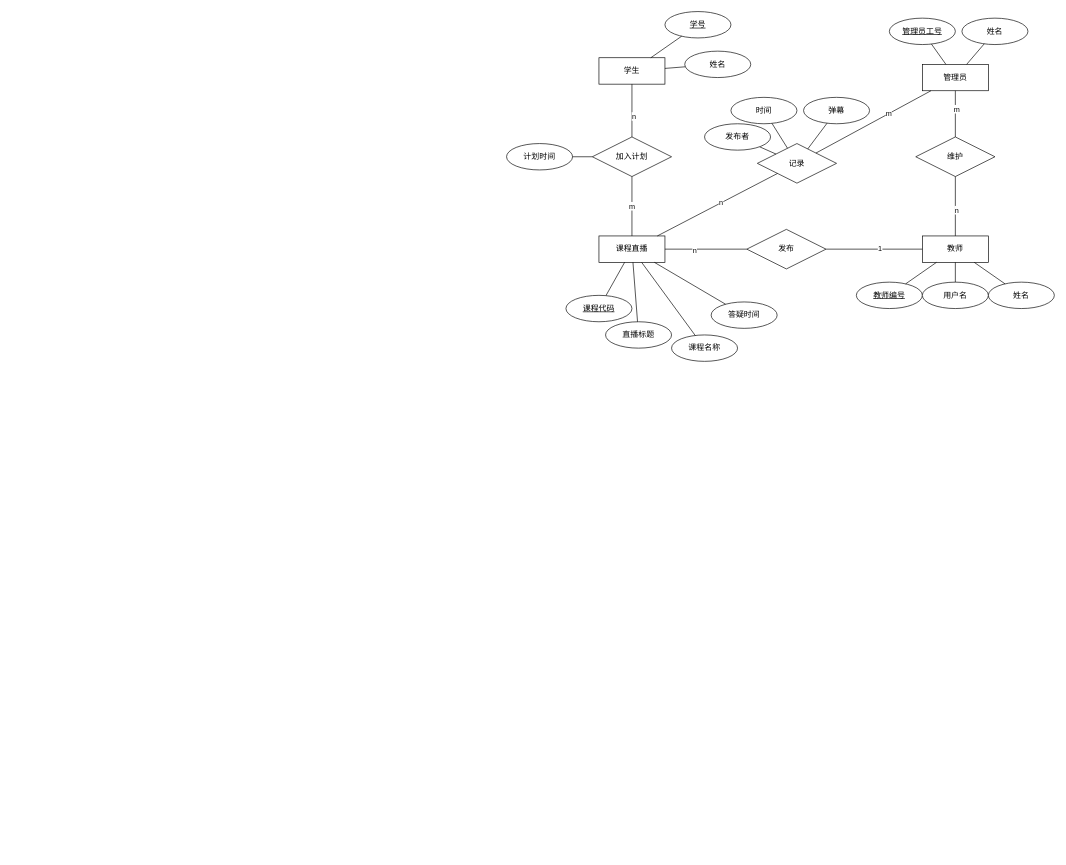
The draw.io diagram 111.drawio in lwxwly/onetime-git, before the edit. Source tidied: cells renumbered, new cells numbered last; positions are measured from the earlier drawing's top-left corner, leaving out a move shared by most shapes. Both pictures are drawn from the tidied source at 66%, with x=0, y=0 at pixel (506, 11).
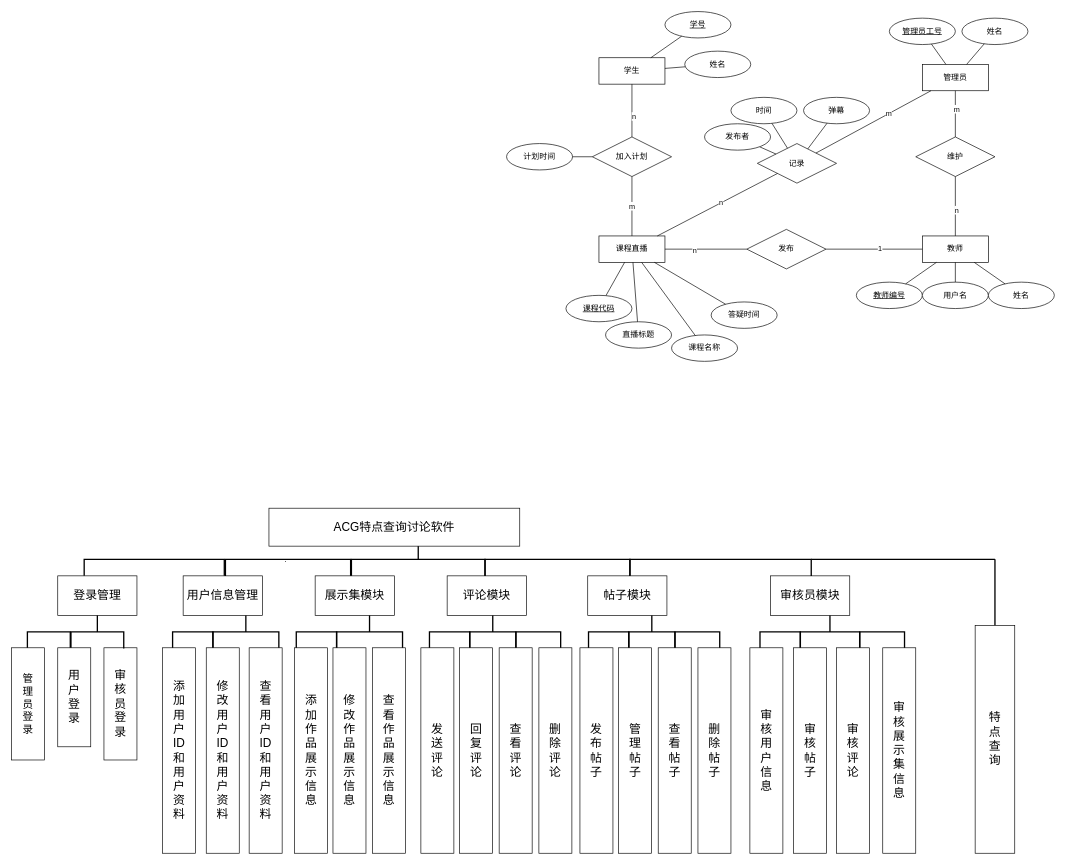
The same diagram, later.

Change to the diagram source:
```diff
@@
+    <mxCell id="56" value="&lt;font style=&quot;font-size: 18px;&quot;&gt;登录管理&lt;/font&gt;" style="rounded=0;whiteSpace=wrap;html=1;" parent="1" vertex="1">
+      <mxGeometry x="-680" y="855" width="120" height="60" as="geometry" />
+    </mxCell>
+    <mxCell id="57" value="&lt;font style=&quot;font-size: 18px;&quot;&gt;用户信息管理&lt;/font&gt;" style="rounded=0;whiteSpace=wrap;html=1;" parent="1" vertex="1">
+      <mxGeometry x="-490" y="855" width="120" height="60" as="geometry" />
+    </mxCell>
+    <mxCell id="58" value="&lt;font style=&quot;font-size: 18px;&quot;&gt;评论模块&lt;/font&gt;" style="rounded=0;whiteSpace=wrap;html=1;" parent="1" vertex="1">
+      <mxGeometry x="-90" y="855" width="120" height="60" as="geometry" />
+    </mxCell>
+    <mxCell id="59" value="&lt;font style=&quot;font-size: 18px;&quot;&gt;帖子模块&lt;/font&gt;" style="rounded=0;whiteSpace=wrap;html=1;" parent="1" vertex="1">
+      <mxGeometry x="123" y="855" width="120" height="60" as="geometry" />
+    </mxCell>
+    <mxCell id="60" value="&lt;font style=&quot;font-size: 18px;&quot;&gt;审核员模块&lt;/font&gt;" style="rounded=0;whiteSpace=wrap;html=1;" parent="1" vertex="1">
+      <mxGeometry x="400" y="855" width="120" height="60" as="geometry" />
+    </mxCell>
+    <mxCell id="61" style="strokeWidth=2;html=1;shape=mxgraph.flowchart.annotation_2;align=left;labelPosition=right;rotation=90;" parent="1" vertex="1">
+      <mxGeometry x="-158.8" y="728.8" width="50" height="202.5" as="geometry" />
+    </mxCell>
+    <mxCell id="62" value="&lt;font style=&quot;font-size: 18px;&quot;&gt;ACG特点查询讨论软件&lt;/font&gt;" style="rounded=0;whiteSpace=wrap;html=1;" parent="1" vertex="1">
+      <mxGeometry x="-360" y="752.5" width="380" height="57.5" as="geometry" />
+    </mxCell>
+    <mxCell id="63" style="strokeWidth=2;html=1;shape=mxgraph.flowchart.annotation_1;align=left;rotation=90;" parent="1" vertex="1">
+      <mxGeometry x="64.7" y="732.6" width="25" height="219.8" as="geometry" />
+    </mxCell>
+    <mxCell id="64" style="strokeWidth=2;html=1;shape=mxgraph.flowchart.annotation_1;align=left;rotation=90;" parent="1" vertex="1">
+      <mxGeometry x="311.7" y="705.1" width="25" height="274.9" as="geometry" />
+    </mxCell>
+    <mxCell id="65" value="." style="strokeWidth=2;html=1;shape=mxgraph.flowchart.annotation_1;align=left;rotation=90;" parent="1" vertex="1">
+      <mxGeometry x="-343.6" y="747.7" width="25" height="189.7" as="geometry" />
+    </mxCell>
+    <mxCell id="66" value="&lt;font style=&quot;font-size: 18px;&quot;&gt;展示集模块&lt;/font&gt;" style="rounded=0;whiteSpace=wrap;html=1;" parent="1" vertex="1">
+      <mxGeometry x="-290" y="855" width="120" height="60" as="geometry" />
+    </mxCell>
+    <mxCell id="67" style="strokeWidth=2;html=1;shape=mxgraph.flowchart.annotation_1;align=left;rotation=90;" parent="1" vertex="1">
+      <mxGeometry x="-546.3" y="736.3" width="25" height="212.3" as="geometry" />
+    </mxCell>
+    <mxCell id="68" value="&lt;font style=&quot;font-size: 18px;&quot;&gt;审&lt;/font&gt;&lt;div&gt;&lt;font style=&quot;font-size: 18px;&quot;&gt;核&lt;/font&gt;&lt;/div&gt;&lt;div&gt;&lt;font style=&quot;font-size: 18px;&quot;&gt;员&lt;/font&gt;&lt;/div&gt;&lt;div&gt;&lt;font style=&quot;font-size: 18px;&quot;&gt;登&lt;/font&gt;&lt;/div&gt;&lt;div&gt;&lt;font style=&quot;font-size: 18px;&quot;&gt;录&lt;/font&gt;&lt;/div&gt;" style="rounded=0;whiteSpace=wrap;html=1;" parent="1" vertex="1">
+      <mxGeometry x="-610" y="964" width="50" height="170" as="geometry" />
+    </mxCell>
+    <mxCell id="69" style="strokeWidth=2;html=1;shape=mxgraph.flowchart.annotation_2;align=left;labelPosition=right;rotation=90;" parent="1" vertex="1">
+      <mxGeometry x="-645" y="900" width="50" height="80" as="geometry" />
+    </mxCell>
+    <mxCell id="70" style="strokeWidth=2;html=1;shape=mxgraph.flowchart.annotation_1;align=left;rotation=90;" parent="1" vertex="1">
+      <mxGeometry x="-708.5" y="922.5" width="30" height="65" as="geometry" />
+    </mxCell>
+    <mxCell id="71" value="&lt;font style=&quot;font-size: 18px;&quot;&gt;用&lt;/font&gt;&lt;div&gt;&lt;font style=&quot;font-size: 18px;&quot;&gt;户&lt;/font&gt;&lt;/div&gt;&lt;div&gt;&lt;font style=&quot;font-size: 18px;&quot;&gt;登&lt;/font&gt;&lt;/div&gt;&lt;div&gt;&lt;font style=&quot;font-size: 18px;&quot;&gt;录&lt;/font&gt;&lt;/div&gt;" style="rounded=0;whiteSpace=wrap;html=1;" parent="1" vertex="1">
+      <mxGeometry x="-680" y="964" width="50" height="150" as="geometry" />
+    </mxCell>
+    <mxCell id="72" value="&lt;font style=&quot;font-size: 16px;&quot;&gt;管&lt;/font&gt;&lt;div style=&quot;font-size: 16px;&quot;&gt;&lt;font style=&quot;font-size: 16px;&quot;&gt;理&lt;/font&gt;&lt;/div&gt;&lt;div style=&quot;font-size: 16px;&quot;&gt;&lt;font style=&quot;font-size: 16px;&quot;&gt;员&lt;/font&gt;&lt;/div&gt;&lt;div style=&quot;font-size: 16px;&quot;&gt;&lt;font style=&quot;font-size: 16px;&quot;&gt;登&lt;/font&gt;&lt;/div&gt;&lt;div style=&quot;font-size: 16px;&quot;&gt;&lt;font style=&quot;font-size: 16px;&quot;&gt;录&lt;/font&gt;&lt;/div&gt;" style="rounded=0;whiteSpace=wrap;html=1;" parent="1" vertex="1">
+      <mxGeometry x="-750" y="964" width="50" height="170" as="geometry" />
+    </mxCell>
+    <mxCell id="73" style="strokeWidth=2;html=1;shape=mxgraph.flowchart.annotation_2;align=left;labelPosition=right;rotation=90;" parent="1" vertex="1">
+      <mxGeometry x="-420" y="890" width="50" height="100" as="geometry" />
+    </mxCell>
+    <mxCell id="74" value="&lt;span style=&quot;font-size: 18px;&quot;&gt;查&lt;/span&gt;&lt;div&gt;&lt;span style=&quot;font-size: 18px;&quot;&gt;看&lt;/span&gt;&lt;br&gt;&lt;div style=&quot;font-size: 18px;&quot;&gt;&lt;font style=&quot;font-size: 18px;&quot;&gt;用&lt;/font&gt;&lt;/div&gt;&lt;div style=&quot;font-size: 18px;&quot;&gt;&lt;font style=&quot;font-size: 18px;&quot;&gt;户&lt;/font&gt;&lt;/div&gt;&lt;div style=&quot;font-size: 18px;&quot;&gt;&lt;font style=&quot;font-size: 18px;&quot;&gt;ID&lt;/font&gt;&lt;/div&gt;&lt;div style=&quot;font-size: 18px;&quot;&gt;&lt;font style=&quot;font-size: 18px;&quot;&gt;和&lt;/font&gt;&lt;/div&gt;&lt;div style=&quot;font-size: 18px;&quot;&gt;&lt;font style=&quot;font-size: 18px;&quot;&gt;用&lt;/font&gt;&lt;/div&gt;&lt;div style=&quot;font-size: 18px;&quot;&gt;&lt;font style=&quot;font-size: 18px;&quot;&gt;户&lt;/font&gt;&lt;/div&gt;&lt;div style=&quot;font-size: 18px;&quot;&gt;&lt;font style=&quot;font-size: 18px;&quot;&gt;资&lt;/font&gt;&lt;/div&gt;&lt;div style=&quot;font-size: 18px;&quot;&gt;&lt;font style=&quot;font-size: 18px;&quot;&gt;料&lt;/font&gt;&lt;/div&gt;&lt;/div&gt;" style="rounded=0;whiteSpace=wrap;html=1;" parent="1" vertex="1">
+      <mxGeometry x="-390" y="964" width="50" height="311.3" as="geometry" />
+    </mxCell>
+    <mxCell id="75" style="strokeWidth=2;html=1;shape=mxgraph.flowchart.annotation_1;align=left;rotation=90;" parent="1" vertex="1">
+      <mxGeometry x="-490.4" y="924.4" width="30" height="61.2" as="geometry" />
+    </mxCell>
+    <mxCell id="76" value="&lt;span style=&quot;font-size: 18px;&quot;&gt;修&lt;/span&gt;&lt;div&gt;&lt;span style=&quot;font-size: 18px;&quot;&gt;改&lt;/span&gt;&lt;br&gt;&lt;div style=&quot;font-size: 18px;&quot;&gt;&lt;font style=&quot;font-size: 18px;&quot;&gt;用&lt;/font&gt;&lt;/div&gt;&lt;div style=&quot;font-size: 18px;&quot;&gt;&lt;font style=&quot;font-size: 18px;&quot;&gt;户&lt;/font&gt;&lt;/div&gt;&lt;div style=&quot;font-size: 18px;&quot;&gt;&lt;font style=&quot;font-size: 18px;&quot;&gt;ID&lt;/font&gt;&lt;/div&gt;&lt;div style=&quot;font-size: 18px;&quot;&gt;&lt;font style=&quot;font-size: 18px;&quot;&gt;和&lt;/font&gt;&lt;/div&gt;&lt;div style=&quot;font-size: 18px;&quot;&gt;&lt;font style=&quot;font-size: 18px;&quot;&gt;用&lt;/font&gt;&lt;/div&gt;&lt;div style=&quot;font-size: 18px;&quot;&gt;&lt;font style=&quot;font-size: 18px;&quot;&gt;户&lt;/font&gt;&lt;/div&gt;&lt;div style=&quot;font-size: 18px;&quot;&gt;&lt;font style=&quot;font-size: 18px;&quot;&gt;资&lt;/font&gt;&lt;/div&gt;&lt;div style=&quot;font-size: 18px;&quot;&gt;&lt;font style=&quot;font-size: 18px;&quot;&gt;料&lt;/font&gt;&lt;/div&gt;&lt;/div&gt;" style="rounded=0;whiteSpace=wrap;html=1;" parent="1" vertex="1">
+      <mxGeometry x="-455" y="964" width="50" height="311.3" as="geometry" />
+    </mxCell>
+    <mxCell id="77" value="&lt;font style=&quot;font-size: 18px;&quot;&gt;添&lt;/font&gt;&lt;div style=&quot;font-size: 18px;&quot;&gt;&lt;font style=&quot;font-size: 18px;&quot;&gt;加&lt;/font&gt;&lt;/div&gt;&lt;div style=&quot;font-size: 18px;&quot;&gt;&lt;font style=&quot;font-size: 18px;&quot;&gt;用&lt;/font&gt;&lt;/div&gt;&lt;div style=&quot;font-size: 18px;&quot;&gt;&lt;font style=&quot;font-size: 18px;&quot;&gt;户&lt;/font&gt;&lt;/div&gt;&lt;div style=&quot;font-size: 18px;&quot;&gt;&lt;font style=&quot;font-size: 18px;&quot;&gt;ID&lt;/font&gt;&lt;/div&gt;&lt;div style=&quot;font-size: 18px;&quot;&gt;&lt;font style=&quot;font-size: 18px;&quot;&gt;和&lt;/font&gt;&lt;/div&gt;&lt;div style=&quot;font-size: 18px;&quot;&gt;&lt;font style=&quot;font-size: 18px;&quot;&gt;用&lt;/font&gt;&lt;/div&gt;&lt;div style=&quot;font-size: 18px;&quot;&gt;&lt;font style=&quot;font-size: 18px;&quot;&gt;户&lt;/font&gt;&lt;/div&gt;&lt;div style=&quot;font-size: 18px;&quot;&gt;&lt;font style=&quot;font-size: 18px;&quot;&gt;资&lt;/font&gt;&lt;/div&gt;&lt;div style=&quot;font-size: 18px;&quot;&gt;&lt;font style=&quot;font-size: 18px;&quot;&gt;料&lt;/font&gt;&lt;/div&gt;" style="rounded=0;whiteSpace=wrap;html=1;" parent="1" vertex="1">
+      <mxGeometry x="-521.3" y="964" width="50" height="311.3" as="geometry" />
+    </mxCell>
+    <mxCell id="78" style="strokeWidth=2;html=1;shape=mxgraph.flowchart.annotation_2;align=left;labelPosition=right;rotation=90;" parent="1" vertex="1">
+      <mxGeometry x="-232.6" y="890" width="50" height="100" as="geometry" />
+    </mxCell>
+    <mxCell id="79" style="strokeWidth=2;html=1;shape=mxgraph.flowchart.annotation_1;align=left;rotation=90;" parent="1" vertex="1">
+      <mxGeometry x="-303" y="924.4" width="30" height="61.2" as="geometry" />
+    </mxCell>
+    <mxCell id="80" value="&lt;font style=&quot;font-size: 18px;&quot;&gt;添&lt;/font&gt;&lt;div style=&quot;font-size: 18px;&quot;&gt;&lt;font style=&quot;font-size: 18px;&quot;&gt;加&lt;/font&gt;&lt;/div&gt;&lt;div style=&quot;font-size: 18px;&quot;&gt;&lt;font style=&quot;font-size: 18px;&quot;&gt;作&lt;/font&gt;&lt;/div&gt;&lt;div style=&quot;font-size: 18px;&quot;&gt;&lt;font style=&quot;font-size: 18px;&quot;&gt;品&lt;/font&gt;&lt;/div&gt;&lt;div style=&quot;font-size: 18px;&quot;&gt;&lt;font style=&quot;font-size: 18px;&quot;&gt;展&lt;/font&gt;&lt;/div&gt;&lt;div style=&quot;font-size: 18px;&quot;&gt;&lt;font style=&quot;font-size: 18px;&quot;&gt;示&lt;/font&gt;&lt;/div&gt;&lt;div style=&quot;font-size: 18px;&quot;&gt;&lt;font style=&quot;font-size: 18px;&quot;&gt;信&lt;/font&gt;&lt;/div&gt;&lt;div style=&quot;font-size: 18px;&quot;&gt;&lt;font style=&quot;font-size: 18px;&quot;&gt;息&lt;/font&gt;&lt;/div&gt;" style="rounded=0;whiteSpace=wrap;html=1;" parent="1" vertex="1">
+      <mxGeometry x="-321.5" y="964" width="50" height="311.3" as="geometry" />
+    </mxCell>
+    <mxCell id="81" value="&lt;span style=&quot;font-size: 18px;&quot;&gt;修&lt;/span&gt;&lt;div&gt;&lt;span style=&quot;font-size: 18px;&quot;&gt;改&lt;/span&gt;&lt;br&gt;&lt;div style=&quot;font-size: 18px;&quot;&gt;&lt;font style=&quot;font-size: 18px;&quot;&gt;作&lt;/font&gt;&lt;/div&gt;&lt;div style=&quot;font-size: 18px;&quot;&gt;&lt;font style=&quot;font-size: 18px;&quot;&gt;品&lt;/font&gt;&lt;/div&gt;&lt;div style=&quot;font-size: 18px;&quot;&gt;&lt;font style=&quot;font-size: 18px;&quot;&gt;展&lt;/font&gt;&lt;/div&gt;&lt;div style=&quot;font-size: 18px;&quot;&gt;&lt;font style=&quot;font-size: 18px;&quot;&gt;示&lt;/font&gt;&lt;/div&gt;&lt;div style=&quot;font-size: 18px;&quot;&gt;&lt;font style=&quot;font-size: 18px;&quot;&gt;信&lt;/font&gt;&lt;/div&gt;&lt;div style=&quot;font-size: 18px;&quot;&gt;&lt;font style=&quot;font-size: 18px;&quot;&gt;息&lt;/font&gt;&lt;/div&gt;&lt;/div&gt;" style="rounded=0;whiteSpace=wrap;html=1;" parent="1" vertex="1">
+      <mxGeometry x="-263" y="964" width="50" height="311.3" as="geometry" />
+    </mxCell>
+    <mxCell id="82" value="&lt;span style=&quot;font-size: 18px;&quot;&gt;查&lt;/span&gt;&lt;div&gt;&lt;span style=&quot;font-size: 18px;&quot;&gt;看&lt;/span&gt;&lt;br&gt;&lt;div style=&quot;font-size: 18px;&quot;&gt;&lt;font style=&quot;font-size: 18px;&quot;&gt;作&lt;/font&gt;&lt;/div&gt;&lt;div style=&quot;font-size: 18px;&quot;&gt;&lt;font style=&quot;font-size: 18px;&quot;&gt;品&lt;/font&gt;&lt;/div&gt;&lt;div style=&quot;font-size: 18px;&quot;&gt;&lt;font style=&quot;font-size: 18px;&quot;&gt;展&lt;/font&gt;&lt;/div&gt;&lt;div style=&quot;font-size: 18px;&quot;&gt;&lt;font style=&quot;font-size: 18px;&quot;&gt;示&lt;/font&gt;&lt;/div&gt;&lt;div style=&quot;font-size: 18px;&quot;&gt;&lt;font style=&quot;font-size: 18px;&quot;&gt;信&lt;/font&gt;&lt;/div&gt;&lt;div style=&quot;font-size: 18px;&quot;&gt;&lt;font style=&quot;font-size: 18px;&quot;&gt;息&lt;/font&gt;&lt;/div&gt;&lt;/div&gt;" style="rounded=0;whiteSpace=wrap;html=1;" parent="1" vertex="1">
+      <mxGeometry x="-203" y="964" width="50" height="311.3" as="geometry" />
+    </mxCell>
+    <mxCell id="83" style="strokeWidth=2;html=1;shape=mxgraph.flowchart.annotation_2;align=left;labelPosition=right;rotation=90;" parent="1" vertex="1">
+      <mxGeometry x="-45.9" y="905" width="50" height="70" as="geometry" />
+    </mxCell>
+    <mxCell id="84" style="strokeWidth=2;html=1;shape=mxgraph.flowchart.annotation_1;align=left;rotation=90;" parent="1" vertex="1">
+      <mxGeometry x="-101.2" y="924.4" width="30" height="61.2" as="geometry" />
+    </mxCell>
+    <mxCell id="85" value="&lt;span style=&quot;font-size: 18px;&quot;&gt;发&lt;/span&gt;&lt;div&gt;&lt;span style=&quot;font-size: 18px;&quot;&gt;送&lt;/span&gt;&lt;/div&gt;&lt;div&gt;&lt;span style=&quot;font-size: 18px;&quot;&gt;评&lt;/span&gt;&lt;/div&gt;&lt;div&gt;&lt;span style=&quot;font-size: 18px;&quot;&gt;论&lt;/span&gt;&lt;/div&gt;" style="rounded=0;whiteSpace=wrap;html=1;" parent="1" vertex="1">
+      <mxGeometry x="-129.8" y="964" width="50" height="311.3" as="geometry" />
+    </mxCell>
+    <mxCell id="86" value="&lt;span style=&quot;font-size: 18px;&quot;&gt;回&lt;/span&gt;&lt;div&gt;&lt;span style=&quot;font-size: 18px;&quot;&gt;复&lt;/span&gt;&lt;/div&gt;&lt;div&gt;&lt;span style=&quot;font-size: 18px;&quot;&gt;评&lt;/span&gt;&lt;/div&gt;&lt;div&gt;&lt;span style=&quot;font-size: 18px;&quot;&gt;论&lt;/span&gt;&lt;/div&gt;" style="rounded=0;whiteSpace=wrap;html=1;" parent="1" vertex="1">
+      <mxGeometry x="-71.2" y="964" width="50" height="311.3" as="geometry" />
+    </mxCell>
+    <mxCell id="87" style="strokeWidth=2;html=1;shape=mxgraph.flowchart.annotation_1;align=left;rotation=90;" parent="1" vertex="1">
+      <mxGeometry x="33.1" y="921.1" width="30" height="67.8" as="geometry" />
+    </mxCell>
+    <mxCell id="88" value="&lt;span style=&quot;font-size: 18px;&quot;&gt;查&lt;/span&gt;&lt;div&gt;&lt;span style=&quot;font-size: 18px;&quot;&gt;看&lt;/span&gt;&lt;/div&gt;&lt;div&gt;&lt;span style=&quot;font-size: 18px;&quot;&gt;评&lt;/span&gt;&lt;/div&gt;&lt;div&gt;&lt;span style=&quot;font-size: 18px;&quot;&gt;论&lt;/span&gt;&lt;/div&gt;" style="rounded=0;whiteSpace=wrap;html=1;" parent="1" vertex="1">
+      <mxGeometry x="-11.2" y="964" width="50" height="311.3" as="geometry" />
+    </mxCell>
+    <mxCell id="89" value="&lt;span style=&quot;font-size: 18px;&quot;&gt;删&lt;/span&gt;&lt;div&gt;&lt;span style=&quot;font-size: 18px;&quot;&gt;除&lt;/span&gt;&lt;/div&gt;&lt;div&gt;&lt;span style=&quot;font-size: 18px;&quot;&gt;评&lt;/span&gt;&lt;/div&gt;&lt;div&gt;&lt;span style=&quot;font-size: 18px;&quot;&gt;论&lt;/span&gt;&lt;/div&gt;" style="rounded=0;whiteSpace=wrap;html=1;" parent="1" vertex="1">
+      <mxGeometry x="49" y="964" width="50" height="311.3" as="geometry" />
+    </mxCell>
+    <mxCell id="90" style="strokeWidth=2;html=1;shape=mxgraph.flowchart.annotation_2;align=left;labelPosition=right;rotation=90;" parent="1" vertex="1">
+      <mxGeometry x="195.1" y="905" width="50" height="70" as="geometry" />
+    </mxCell>
+    <mxCell id="91" style="strokeWidth=2;html=1;shape=mxgraph.flowchart.annotation_1;align=left;rotation=90;" parent="1" vertex="1">
+      <mxGeometry x="139.8" y="924.4" width="30" height="61.2" as="geometry" />
+    </mxCell>
+    <mxCell id="92" value="&lt;span style=&quot;font-size: 18px;&quot;&gt;发&lt;/span&gt;&lt;div&gt;&lt;span style=&quot;font-size: 18px;&quot;&gt;布&lt;/span&gt;&lt;/div&gt;&lt;div&gt;&lt;span style=&quot;font-size: 18px;&quot;&gt;帖&lt;/span&gt;&lt;/div&gt;&lt;div&gt;&lt;span style=&quot;font-size: 18px;&quot;&gt;子&lt;/span&gt;&lt;/div&gt;" style="rounded=0;whiteSpace=wrap;html=1;" parent="1" vertex="1">
+      <mxGeometry x="111.2" y="964" width="50" height="311.3" as="geometry" />
+    </mxCell>
+    <mxCell id="93" value="&lt;span style=&quot;font-size: 18px;&quot;&gt;管&lt;/span&gt;&lt;div&gt;&lt;span style=&quot;font-size: 18px;&quot;&gt;理&lt;/span&gt;&lt;/div&gt;&lt;div&gt;&lt;span style=&quot;font-size: 18px;&quot;&gt;帖&lt;/span&gt;&lt;/div&gt;&lt;div&gt;&lt;span style=&quot;font-size: 18px;&quot;&gt;子&lt;/span&gt;&lt;/div&gt;" style="rounded=0;whiteSpace=wrap;html=1;" parent="1" vertex="1">
+      <mxGeometry x="169.8" y="964" width="50" height="311.3" as="geometry" />
+    </mxCell>
+    <mxCell id="94" style="strokeWidth=2;html=1;shape=mxgraph.flowchart.annotation_1;align=left;rotation=90;" parent="1" vertex="1">
+      <mxGeometry x="274.1" y="921.1" width="30" height="67.8" as="geometry" />
+    </mxCell>
+    <mxCell id="95" value="&lt;span style=&quot;font-size: 18px;&quot;&gt;查&lt;/span&gt;&lt;div&gt;&lt;span style=&quot;font-size: 18px;&quot;&gt;看&lt;/span&gt;&lt;/div&gt;&lt;div&gt;&lt;span style=&quot;font-size: 18px;&quot;&gt;帖&lt;/span&gt;&lt;/div&gt;&lt;div&gt;&lt;span style=&quot;font-size: 18px;&quot;&gt;子&lt;/span&gt;&lt;/div&gt;" style="rounded=0;whiteSpace=wrap;html=1;" parent="1" vertex="1">
+      <mxGeometry x="229.8" y="964" width="50" height="311.3" as="geometry" />
+    </mxCell>
+    <mxCell id="96" value="&lt;span style=&quot;font-size: 18px;&quot;&gt;删&lt;/span&gt;&lt;div&gt;&lt;span style=&quot;font-size: 18px;&quot;&gt;除&lt;/span&gt;&lt;/div&gt;&lt;div&gt;&lt;span style=&quot;font-size: 18px;&quot;&gt;帖&lt;/span&gt;&lt;div&gt;&lt;span style=&quot;font-size: 18px;&quot;&gt;子&lt;/span&gt;&lt;/div&gt;&lt;/div&gt;" style="rounded=0;whiteSpace=wrap;html=1;" parent="1" vertex="1">
+      <mxGeometry x="290" y="964" width="50" height="311.3" as="geometry" />
+    </mxCell>
+    <mxCell id="97" style="strokeWidth=2;html=1;shape=mxgraph.flowchart.annotation_2;align=left;labelPosition=right;rotation=90;" parent="1" vertex="1">
+      <mxGeometry x="465" y="895" width="50" height="90" as="geometry" />
+    </mxCell>
+    <mxCell id="98" style="strokeWidth=2;html=1;shape=mxgraph.flowchart.annotation_1;align=left;rotation=90;" parent="1" vertex="1">
+      <mxGeometry x="399.6" y="924.4" width="30" height="61.2" as="geometry" />
+    </mxCell>
+    <mxCell id="99" value="&lt;span style=&quot;font-size: 18px;&quot;&gt;审&lt;/span&gt;&lt;div&gt;&lt;span style=&quot;font-size: 18px;&quot;&gt;核&lt;/span&gt;&lt;/div&gt;&lt;div&gt;&lt;span style=&quot;font-size: 18px;&quot;&gt;帖&lt;/span&gt;&lt;/div&gt;&lt;div&gt;&lt;span style=&quot;font-size: 18px;&quot;&gt;子&lt;/span&gt;&lt;/div&gt;" style="rounded=0;whiteSpace=wrap;html=1;" parent="1" vertex="1">
+      <mxGeometry x="435" y="964" width="50" height="311.3" as="geometry" />
+    </mxCell>
+    <mxCell id="100" value="&lt;span style=&quot;font-size: 18px;&quot;&gt;审&lt;/span&gt;&lt;div&gt;&lt;span style=&quot;font-size: 18px;&quot;&gt;核&lt;/span&gt;&lt;/div&gt;&lt;div&gt;&lt;span style=&quot;font-size: 18px;&quot;&gt;用&lt;/span&gt;&lt;/div&gt;&lt;div&gt;&lt;span style=&quot;font-size: 18px;&quot;&gt;户&lt;/span&gt;&lt;/div&gt;&lt;div&gt;&lt;span style=&quot;font-size: 18px;&quot;&gt;信&lt;/span&gt;&lt;/div&gt;&lt;div&gt;&lt;span style=&quot;font-size: 18px;&quot;&gt;息&lt;/span&gt;&lt;/div&gt;" style="rounded=0;whiteSpace=wrap;html=1;" parent="1" vertex="1">
+      <mxGeometry x="368.7" y="964" width="50" height="311.3" as="geometry" />
+    </mxCell>
+    <mxCell id="101" style="strokeWidth=2;html=1;shape=mxgraph.flowchart.annotation_1;align=left;rotation=90;" parent="1" vertex="1">
+      <mxGeometry x="554.1" y="921.1" width="30" height="67.8" as="geometry" />
+    </mxCell>
+    <mxCell id="102" value="&lt;span style=&quot;font-size: 18px;&quot;&gt;审&lt;/span&gt;&lt;div&gt;&lt;span style=&quot;font-size: 18px;&quot;&gt;核&lt;/span&gt;&lt;/div&gt;&lt;div&gt;&lt;span style=&quot;font-size: 18px;&quot;&gt;展&lt;/span&gt;&lt;/div&gt;&lt;div&gt;&lt;span style=&quot;font-size: 18px;&quot;&gt;示&lt;/span&gt;&lt;/div&gt;&lt;div&gt;&lt;span style=&quot;font-size: 18px;&quot;&gt;集&lt;/span&gt;&lt;/div&gt;&lt;div&gt;&lt;span style=&quot;font-size: 18px;&quot;&gt;信&lt;/span&gt;&lt;/div&gt;&lt;div&gt;&lt;span style=&quot;font-size: 18px;&quot;&gt;息&lt;/span&gt;&lt;/div&gt;" style="rounded=0;whiteSpace=wrap;html=1;" parent="1" vertex="1">
+      <mxGeometry x="570" y="964" width="50" height="311.3" as="geometry" />
+    </mxCell>
+    <mxCell id="103" value="&lt;span style=&quot;font-size: 18px;&quot;&gt;审&lt;/span&gt;&lt;div&gt;&lt;span style=&quot;font-size: 18px;&quot;&gt;核&lt;/span&gt;&lt;/div&gt;&lt;div&gt;&lt;span style=&quot;font-size: 18px;&quot;&gt;评&lt;/span&gt;&lt;/div&gt;&lt;div&gt;&lt;span style=&quot;font-size: 18px;&quot;&gt;论&lt;/span&gt;&lt;/div&gt;" style="rounded=0;whiteSpace=wrap;html=1;" parent="1" vertex="1">
+      <mxGeometry x="500" y="964" width="50" height="311.3" as="geometry" />
+    </mxCell>
+    <mxCell id="104" value="&lt;font style=&quot;font-size: 18px;&quot;&gt;特&lt;/font&gt;&lt;div style=&quot;font-size: 18px;&quot;&gt;&lt;font style=&quot;font-size: 18px;&quot;&gt;点&lt;/font&gt;&lt;/div&gt;&lt;div style=&quot;font-size: 18px;&quot;&gt;&lt;font style=&quot;font-size: 18px;&quot;&gt;查&lt;/font&gt;&lt;/div&gt;&lt;div style=&quot;font-size: 18px;&quot;&gt;&lt;font style=&quot;font-size: 18px;&quot;&gt;询&lt;/font&gt;&lt;/div&gt;" style="rounded=0;whiteSpace=wrap;html=1;" parent="1" vertex="1">
+      <mxGeometry x="710" y="930" width="60" height="345.3" as="geometry" />
+    </mxCell>
+    <mxCell id="105" style="endArrow=none;html=1;rounded=0;entryX=0;entryY=0;entryDx=0;entryDy=0;entryPerimeter=0;fontSize=18;jumpSize=20;strokeWidth=2;" parent="1" edge="1" target="64">
+      <mxGeometry relative="1" as="geometry">
+        <mxPoint x="740" y="830" as="sourcePoint" />
+      </mxGeometry>
+    </mxCell>
+    <mxCell id="106" style="endArrow=none;html=1;rounded=0;strokeWidth=2;" parent="1" edge="1" source="104">
+      <mxGeometry relative="1" as="geometry">
+        <mxPoint x="740" y="830" as="targetPoint" />
+      </mxGeometry>
+    </mxCell>
```
